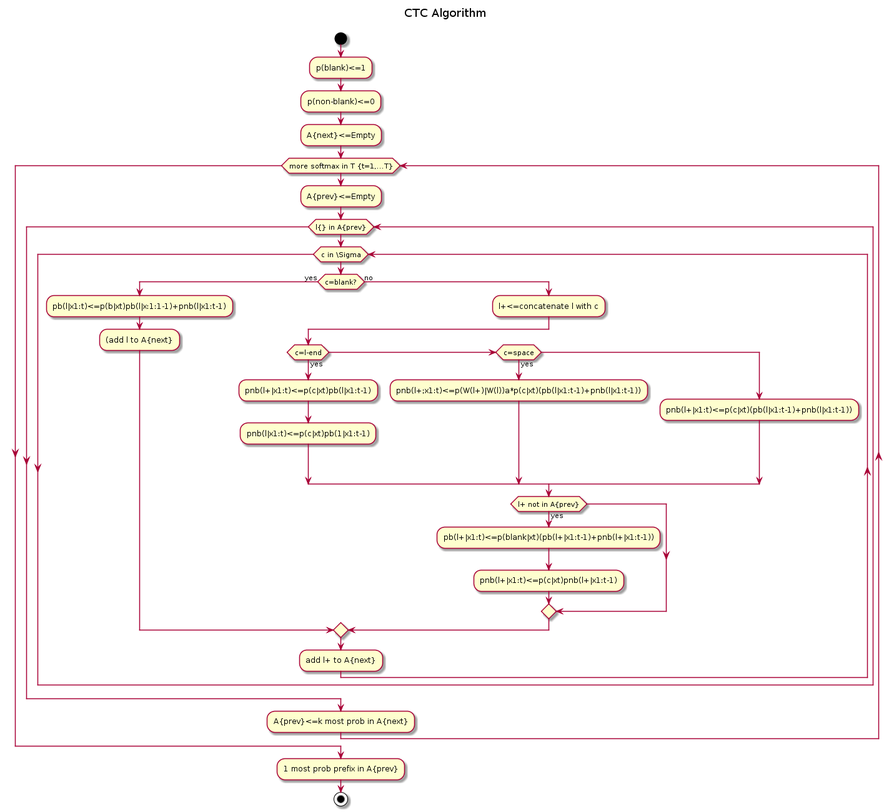
Before: thesis/images/ctc.png, a diagram exported from PlantUML (u1273400/thesis).
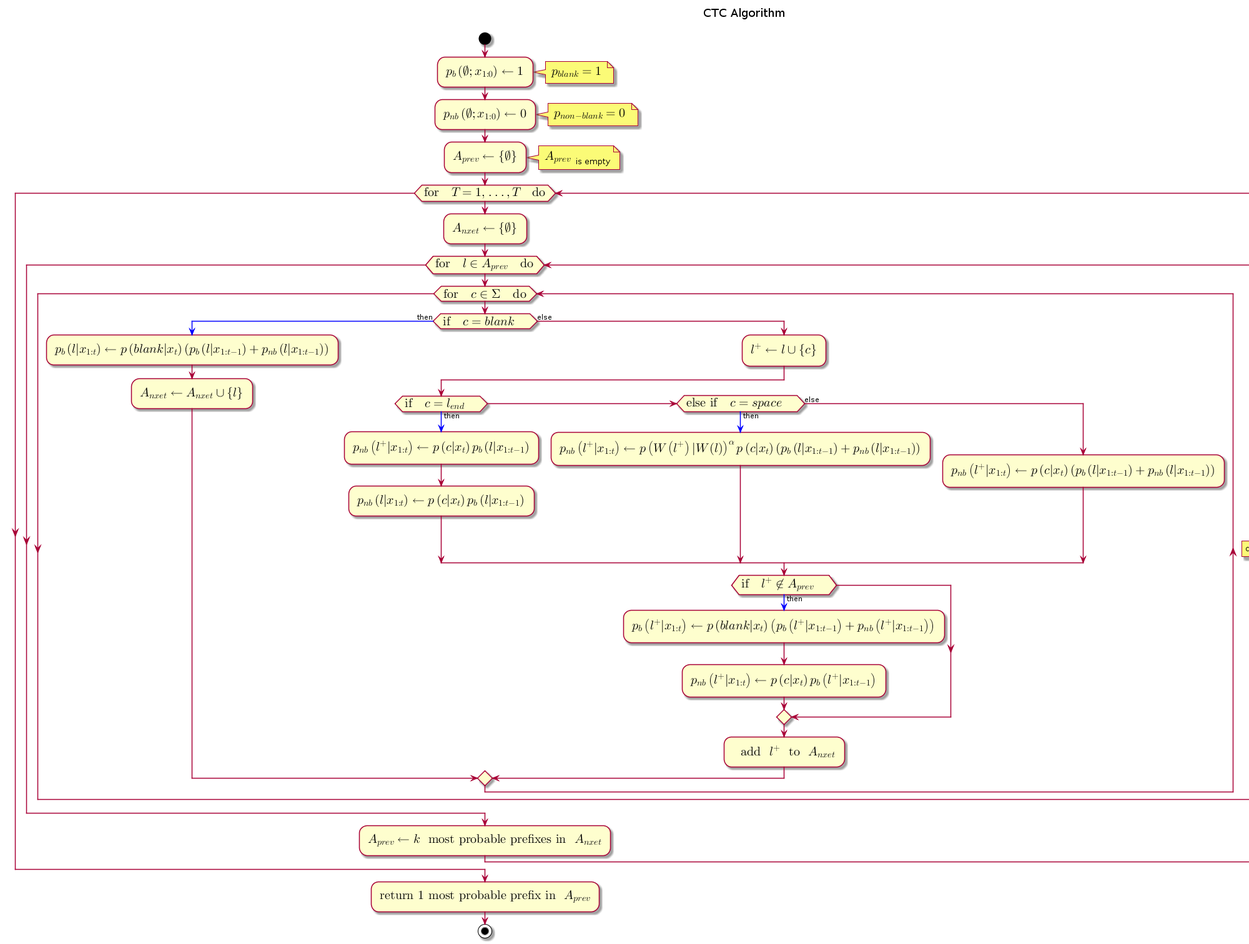
Later version of the same file.

What changed in the source:
```diff
@@ -2,36 +2,56 @@
 title CTC Algorithm \n
 
 start
-:p(blank)<=1;
-:p(non-blank)<=0;
-:A{next}<=Empty;
-while (more softmax in T {t=1,...T})
-    :A{prev}<=Empty;
-    while (l{} in A{prev})
-        while(c in \Sigma)
-            if (c=blank?) then (yes)
-                :pb(l|x1:t)<=p(b|xt)pb(l|x:1:1-1)+pnb(l|x1:t-1);
-                :(add l to A{next};
-            else (no)
-                :l+<=concatenate l with c;
-                if (c=l-end) then (yes)
-                  :pnb(l+|x1:t)<=p(c|xt)pb(l|x1:t-1);
-                  :pnb(l|x1:t)<=p(c|xt)pb(1|x1:t-1);
-                elseif (c=space) then (yes)
-                  :pnb(l+;x1:t)<=p(W(l+)|W(l))a*p(c|xt)(pb(l|x1:t-1)+pnb(l|x1:t-1));
-                else
-                  :pnb(l+|x1:t)<=p(c|xt)(pb(l|x1:t-1)+pnb(l|x1:t-1));
-                endif
-                if (l+ not in A{prev}) then (yes)
-                  :pb(l+|x1:t)<=p(blank|xt)(pb(l+|x1:t-1)+pnb(l+|x1:t-1));
-                  :pnb(l+|x1:t)<=p(c|xt)pnb(l+|x1:t-1);
-                endif
+
+:<math>p_b(\emptyset ;x_{1:0})\leftarrow 1</math>;
+note right
+ <math>p_{blank}=1</math>
+end note
+:<math>p_{nb}(\emptyset ;x_{1:0})\leftarrow 0</math>;
+note right
+ <math>p_{non-blank}=0</math>
+end note
+:<math>A_{prev}\leftarrow \{\emptyset\}</math>;
+note right
+ <math>A_{prev}</math> is empty
+end note
+while (<math>\text{for}\quad T=1,...,T \quad \text{do}</math>)
+note right
+ more softmax in <math> T=1,...,T</math>
+end note
+  :<math>A_{nxet}\leftarrow \{\emptyset\}</math>;
+  while (<math>\text{for}\quad\l \in A_{prev}\quad \text{do}</math>)
+    while (<math>\text{for}\quad c \in \Sigma \quad \text{do}</math>)
+      note right
+        c in vocabulary
+      end note
+        if (<math>\text{if}\quad c= blank \quad </math>) then (then)
+          -[#blue]->
+          :<math>p_{b}(l|x_{1:t})\leftarrow p(blank|x_t)(p_b(l|x_{1:t-1})+p_{nb}(l|x_{1:t-1}))</math>;
+          :<math>A_{nxet}\leftarrow \A_{nxet}\cup\{l\}</math>;
+        else (else)
+            :<math>l^+\leftarrow l\cup{c}</math>;
+            if (<math>\text{if}\quad c= l_{end} \quad</math>) then (then)
+              -[#blue]->
+              :<math>p_{nb}(l^+|x_{1:t})\leftarrow p(c|x_t)p_b(l|x_{1:t-1})</math>;
+              :<math>p_{nb}(l|x_{1:t})\leftarrow p(c|x_t)p_b(l|x_{1:t-1})</math>;
+            elseif (<math>\text{else if}\quad c= space \quad </math>) then (then)
+              -[#blue]->
+              :<math>p_{nb}(l^+|x_{1:t})\leftarrow p(W(l^+)|W(l))^\alpha p(c|x_t)(p_b(l|x_{1:t-1})+p_{nb}(l|x_{1:t-1}))</math>;
+            else (else)
+              :<math>p_{nb}(l^+|x_{1:t})\leftarrow p(c|x_t)(p_b(l|x_{1:t-1})+p_{nb}(l|x_{1:t-1}))</math>;
             endif
-          :add l+ to A{next};
-        end while
-    end while
-    :A{prev}<=k most prob in A{next};
-end while
-:1 most prob prefix in A{prev};
+            if (<math>\text{if}\quad l^+\notin A_{prev}\quad</math>) then (then)
+              -[#blue]->
+              :<math>p_{b}(l^+|x_{1:t})\leftarrow p(blank|x_t)(p_b(l^+|x_{1:t-1})+p_{nb}(l^+|x_{1:t-1}))</math>;
+              :<math>p_{nb}(l^+|x_{1:t})\leftarrow p(c|x_t)p_b(l^+|x_{1:t-1})</math>;
+            endif
+              :<math>\text{ add } l^+ \text{ to } A_{nxet}</math>;
+        endif
+    endwhile
+  endwhile
+:<math>A_{prev}\leftarrow k \text{ most probable prefixes in }A_{nxet}</math>;
+endwhile
+:<math>\text{return 1 most probable prefix in }A_{prev}</math>;
 stop
 @enduml
```
